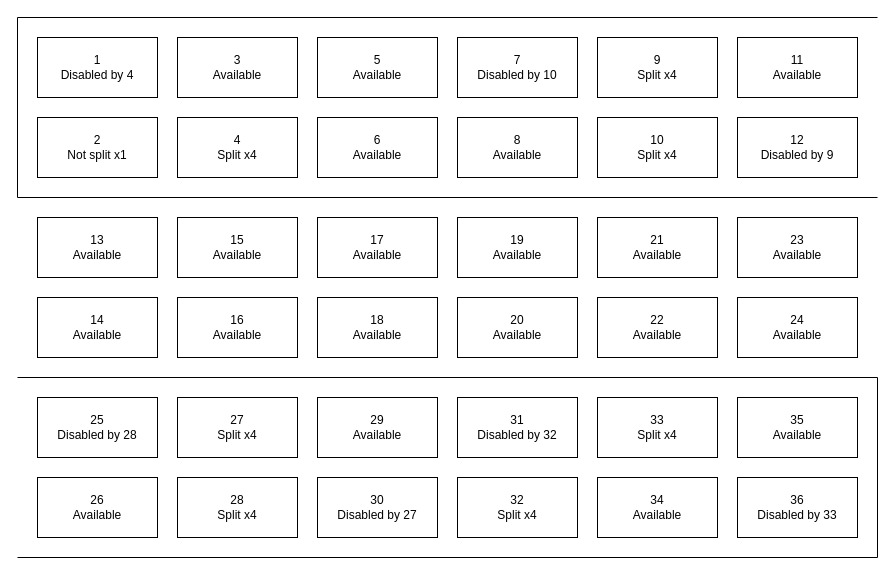
solidDoWant/infra-mk3 keeps this draw.io diagram as docs/assets/drawio/sx6036-port-split.drawio. Above is the earlier version. Source tidied: cells renumbered, new cells numbered last; positions are measured from the earlier drawing's top-left corner, leaving out a move shared by most shapes. Both pictures are drawn from the tidied source at 100%, with x=0, y=0 at pixel (17, 17).
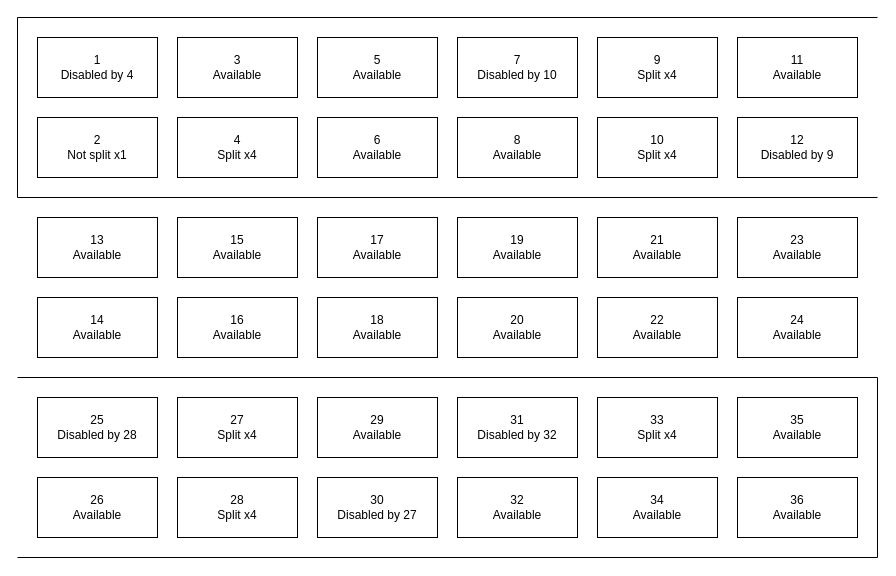
The same page after the edit.

Change to the diagram source:
```diff
@@
-    <mxCell id="36" value="32&lt;br&gt;Split x4" style="rounded=0;whiteSpace=wrap;html=1;" parent="1" vertex="1">
+    <mxCell id="36" value="32&lt;br&gt;Available" style="rounded=0;whiteSpace=wrap;html=1;" parent="1" vertex="1">
       <mxGeometry x="440" y="460" width="120" height="60" as="geometry" />
     </mxCell>
@@
-    <mxCell id="38" value="36&lt;br&gt;Disabled by 33" style="rounded=0;whiteSpace=wrap;html=1;" parent="1" vertex="1">
+    <mxCell id="38" value="36&lt;br&gt;Available" style="rounded=0;whiteSpace=wrap;html=1;" parent="1" vertex="1">
       <mxGeometry x="720" y="460" width="120" height="60" as="geometry" />
     </mxCell>
```
